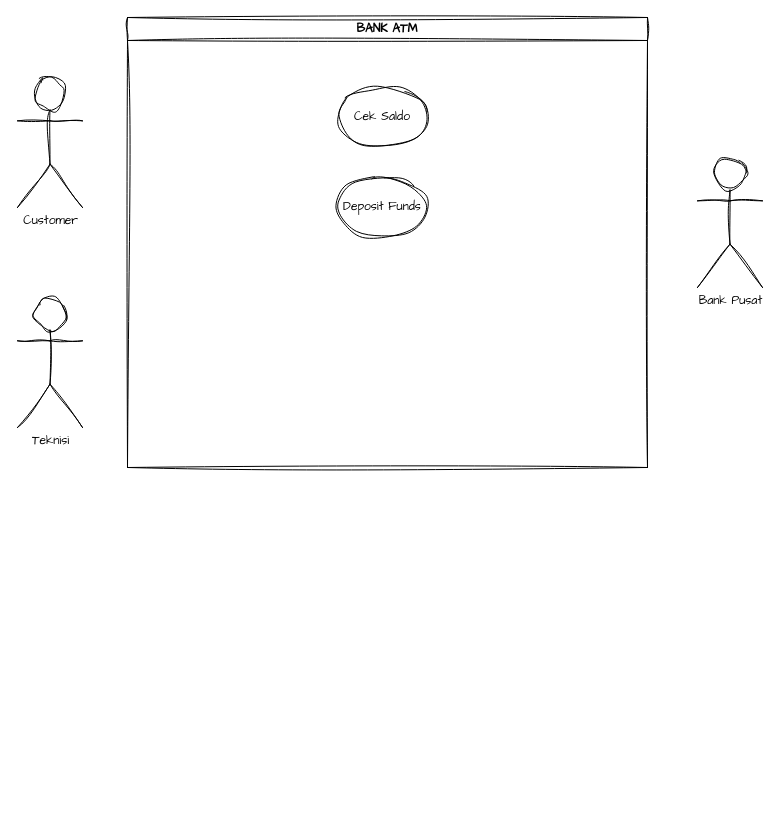
Suryzw/draw.io keeps this draw.io diagram as UML.drawio. Above is the earlier version. Source tidied: cells renumbered, new cells numbered last; positions are measured from the earlier drawing's top-left corner, leaving out a move shared by most shapes. Both pictures are drawn from the tidied source at 100%, with x=0, y=0 at pixel (17, 17).
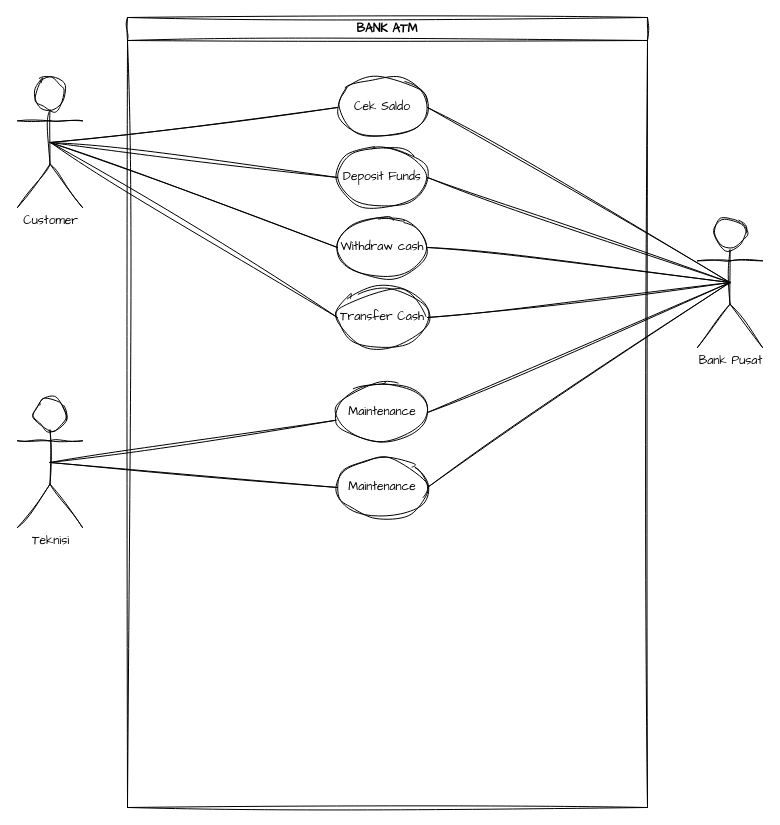
The same diagram, later.

The change refers to these unchanged cells:
```xml
<mxCell id="5" value="Customer" style="shape=umlActor;verticalLabelPosition=bottom;verticalAlign=top;html=1;outlineConnect=0;sketch=1;hachureGap=4;jiggle=2;curveFitting=1;fontFamily=Architects Daughter;" parent="1" vertex="1">
  <mxGeometry y="60" width="65" height="130" as="geometry" />
</mxCell>
```

The edit, as a diff of the source:
```diff
@@
     <mxCell id="2" value="BANK ATM" style="swimlane;whiteSpace=wrap;html=1;sketch=1;hachureGap=4;jiggle=2;curveFitting=1;fontFamily=Architects Daughter;" parent="1" vertex="1">
-      <mxGeometry x="110" width="520" height="450" as="geometry" />
+      <mxGeometry x="110" width="520" height="790" as="geometry" />
     </mxCell>
     <mxCell id="3" value="Cek Saldo" style="ellipse;whiteSpace=wrap;html=1;sketch=1;hachureGap=4;jiggle=2;curveFitting=1;fontFamily=Architects Daughter;" parent="2" vertex="1">
-      <mxGeometry x="210" y="70" width="90" height="60" as="geometry" />
+      <mxGeometry x="210" y="60" width="90" height="60" as="geometry" />
     </mxCell>
     <mxCell id="4" value="Deposit Funds" style="ellipse;whiteSpace=wrap;html=1;sketch=1;hachureGap=4;jiggle=2;curveFitting=1;fontFamily=Architects Daughter;" parent="2" vertex="1">
-      <mxGeometry x="210" y="160" width="90" height="60" as="geometry" />
+      <mxGeometry x="210" y="130" width="90" height="60" as="geometry" />
     </mxCell>
+    <mxCell id="8" value="Withdraw cash" style="ellipse;whiteSpace=wrap;html=1;sketch=1;hachureGap=4;jiggle=2;curveFitting=1;fontFamily=Architects Daughter;" parent="2" vertex="1">
+      <mxGeometry x="210" y="200" width="90" height="60" as="geometry" />
+    </mxCell>
+    <mxCell id="9" value="Transfer Cash" style="ellipse;whiteSpace=wrap;html=1;sketch=1;hachureGap=4;jiggle=2;curveFitting=1;fontFamily=Architects Daughter;" parent="2" vertex="1">
+      <mxGeometry x="210" y="270" width="90" height="60" as="geometry" />
+    </mxCell>
+    <mxCell id="10" value="Maintenance" style="ellipse;whiteSpace=wrap;html=1;sketch=1;hachureGap=4;jiggle=2;curveFitting=1;fontFamily=Architects Daughter;" parent="2" vertex="1">
+      <mxGeometry x="210" y="365" width="90" height="60" as="geometry" />
+    </mxCell>
+    <mxCell id="11" value="Maintenance" style="ellipse;whiteSpace=wrap;html=1;sketch=1;hachureGap=4;jiggle=2;curveFitting=1;fontFamily=Architects Daughter;" parent="2" vertex="1">
+      <mxGeometry x="210" y="440" width="90" height="60" as="geometry" />
+    </mxCell>
@@
     <mxCell id="6" value="Teknisi" style="shape=umlActor;verticalLabelPosition=bottom;verticalAlign=top;html=1;outlineConnect=0;sketch=1;hachureGap=4;jiggle=2;curveFitting=1;fontFamily=Architects Daughter;" parent="1" vertex="1">
-      <mxGeometry y="280" width="65" height="130" as="geometry" />
+      <mxGeometry y="380" width="65" height="130" as="geometry" />
     </mxCell>
     <mxCell id="7" value="Bank Pusat" style="shape=umlActor;verticalLabelPosition=bottom;verticalAlign=top;html=1;outlineConnect=0;sketch=1;hachureGap=4;jiggle=2;curveFitting=1;fontFamily=Architects Daughter;" parent="1" vertex="1">
-      <mxGeometry x="680" y="140" width="65" height="130" as="geometry" />
+      <mxGeometry x="680" y="200" width="65" height="130" as="geometry" />
     </mxCell>
+    <mxCell id="12" style="endArrow=none;html=1;rounded=0;sketch=1;hachureGap=4;jiggle=2;curveFitting=1;fontFamily=Architects Daughter;entryX=0;entryY=0.5;entryDx=0;entryDy=0;exitX=0.5;exitY=0.5;exitDx=0;exitDy=0;exitPerimeter=0;" parent="1" edge="1" source="5" target="3">
+      <mxGeometry relative="1" as="geometry" />
+    </mxCell>
+    <mxCell id="13" style="endArrow=none;html=1;rounded=0;sketch=1;hachureGap=4;jiggle=2;curveFitting=1;fontFamily=Architects Daughter;entryX=0;entryY=0.5;entryDx=0;entryDy=0;exitX=0.5;exitY=0.5;exitDx=0;exitDy=0;exitPerimeter=0;" parent="1" edge="1" source="5" target="4">
+      <mxGeometry relative="1" as="geometry" />
+    </mxCell>
+    <mxCell id="14" style="endArrow=none;html=1;rounded=0;sketch=1;hachureGap=4;jiggle=2;curveFitting=1;fontFamily=Architects Daughter;entryX=0;entryY=0.5;entryDx=0;entryDy=0;exitX=0.5;exitY=0.5;exitDx=0;exitDy=0;exitPerimeter=0;" parent="1" edge="1" source="5" target="8">
+      <mxGeometry relative="1" as="geometry" />
+    </mxCell>
+    <mxCell id="15" style="endArrow=none;html=1;rounded=0;sketch=1;hachureGap=4;jiggle=2;curveFitting=1;fontFamily=Architects Daughter;entryX=0;entryY=0.5;entryDx=0;entryDy=0;" parent="1" edge="1" target="9">
+      <mxGeometry relative="1" as="geometry">
+        <mxPoint x="33" y="125" as="sourcePoint" />
+      </mxGeometry>
+    </mxCell>
+    <mxCell id="16" style="endArrow=none;html=1;rounded=0;sketch=1;hachureGap=4;jiggle=2;curveFitting=1;fontFamily=Architects Daughter;entryX=-0.016;entryY=0.629;entryDx=0;entryDy=0;entryPerimeter=0;exitX=0.5;exitY=0.5;exitDx=0;exitDy=0;exitPerimeter=0;" parent="1" edge="1" source="6" target="10">
+      <mxGeometry relative="1" as="geometry" />
+    </mxCell>
+    <mxCell id="17" style="endArrow=none;html=1;rounded=0;sketch=1;hachureGap=4;jiggle=2;curveFitting=1;fontFamily=Architects Daughter;entryX=0;entryY=0.5;entryDx=0;entryDy=0;exitX=0.5;exitY=0.5;exitDx=0;exitDy=0;exitPerimeter=0;" parent="1" edge="1" source="6" target="11">
+      <mxGeometry relative="1" as="geometry" />
+    </mxCell>
+    <mxCell id="18" style="endArrow=none;html=1;rounded=0;sketch=1;hachureGap=4;jiggle=2;curveFitting=1;fontFamily=Architects Daughter;entryX=0.5;entryY=0.5;entryDx=0;entryDy=0;entryPerimeter=0;exitX=1;exitY=0.5;exitDx=0;exitDy=0;" parent="1" edge="1" source="3" target="7">
+      <mxGeometry relative="1" as="geometry" />
+    </mxCell>
+    <mxCell id="19" style="endArrow=none;html=1;rounded=0;sketch=1;hachureGap=4;jiggle=2;curveFitting=1;fontFamily=Architects Daughter;entryX=0.5;entryY=0.5;entryDx=0;entryDy=0;entryPerimeter=0;exitX=1;exitY=0.5;exitDx=0;exitDy=0;" parent="1" edge="1" source="4" target="7">
+      <mxGeometry relative="1" as="geometry" />
+    </mxCell>
+    <mxCell id="20" style="endArrow=none;html=1;rounded=0;sketch=1;hachureGap=4;jiggle=2;curveFitting=1;fontFamily=Architects Daughter;entryX=0.5;entryY=0.5;entryDx=0;entryDy=0;entryPerimeter=0;exitX=1;exitY=0.5;exitDx=0;exitDy=0;" parent="1" edge="1" source="8" target="7">
+      <mxGeometry relative="1" as="geometry" />
+    </mxCell>
+    <mxCell id="21" style="endArrow=none;html=1;rounded=0;sketch=1;hachureGap=4;jiggle=2;curveFitting=1;fontFamily=Architects Daughter;entryX=0.5;entryY=0.5;entryDx=0;entryDy=0;entryPerimeter=0;exitX=1;exitY=0.5;exitDx=0;exitDy=0;" parent="1" edge="1" source="9" target="7">
+      <mxGeometry relative="1" as="geometry" />
+    </mxCell>
+    <mxCell id="22" style="endArrow=none;html=1;rounded=0;sketch=1;hachureGap=4;jiggle=2;curveFitting=1;fontFamily=Architects Daughter;entryX=0.5;entryY=0.5;entryDx=0;entryDy=0;entryPerimeter=0;exitX=1;exitY=0.5;exitDx=0;exitDy=0;" parent="1" edge="1" source="10" target="7">
+      <mxGeometry relative="1" as="geometry" />
+    </mxCell>
+    <mxCell id="23" style="endArrow=none;html=1;rounded=0;sketch=1;hachureGap=4;jiggle=2;curveFitting=1;fontFamily=Architects Daughter;entryX=0.5;entryY=0.5;entryDx=0;entryDy=0;entryPerimeter=0;exitX=1;exitY=0.5;exitDx=0;exitDy=0;" parent="1" edge="1" source="11" target="7">
+      <mxGeometry relative="1" as="geometry" />
+    </mxCell>
```
